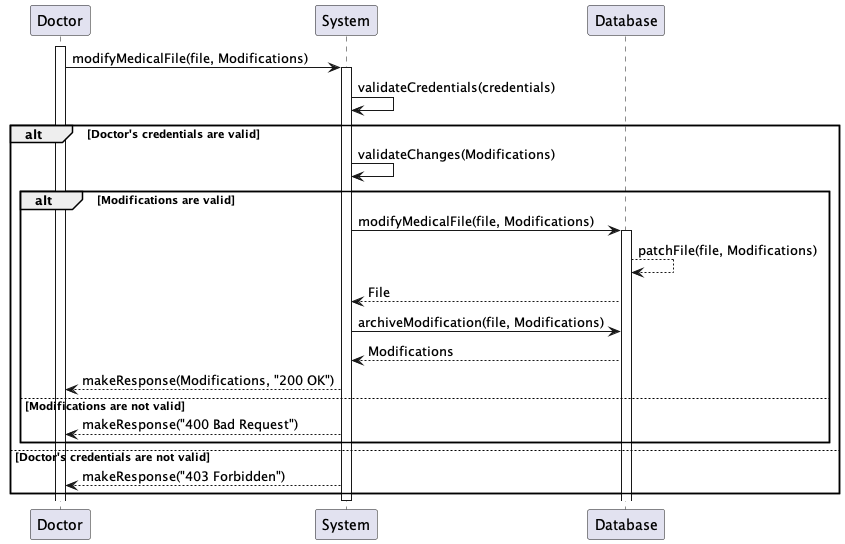
KevenJAntenor/Quebec-Centralized-Medical-Record-System keeps this PlantUML diagram as plantUml/sequence-modify.png. Above is the earlier version. Its diagram source:
```plantuml
@startuml

participant "Doctor" as Doctor
participant "System" as System
participant "Database" as Database

activate Doctor
Doctor -> System: modifyMedicalFile(file, Modifications)
activate System
System -> System: validateCredentials(credentials)
alt Doctor's credentials are valid
    System -> System: validateChanges(Modifications)
    alt Modifications are valid
        System -> Database: modifyMedicalFile(file, Modifications)
        activate Database
        Database --> Database: patchFile(file, Modifications)
        Database --> System: File
        System -> Database: archiveModification(file, Modifications)
        Database --> System: Modifications
        System --> Doctor: makeResponse(Modifications, "200 OK")
    else Modifications are not valid
        System --> Doctor: makeResponse("400 Bad Request")
    end
else Doctor's credentials are not valid
    System --> Doctor: makeResponse("403 Forbidden")
end
deactivate System

@enduml
```
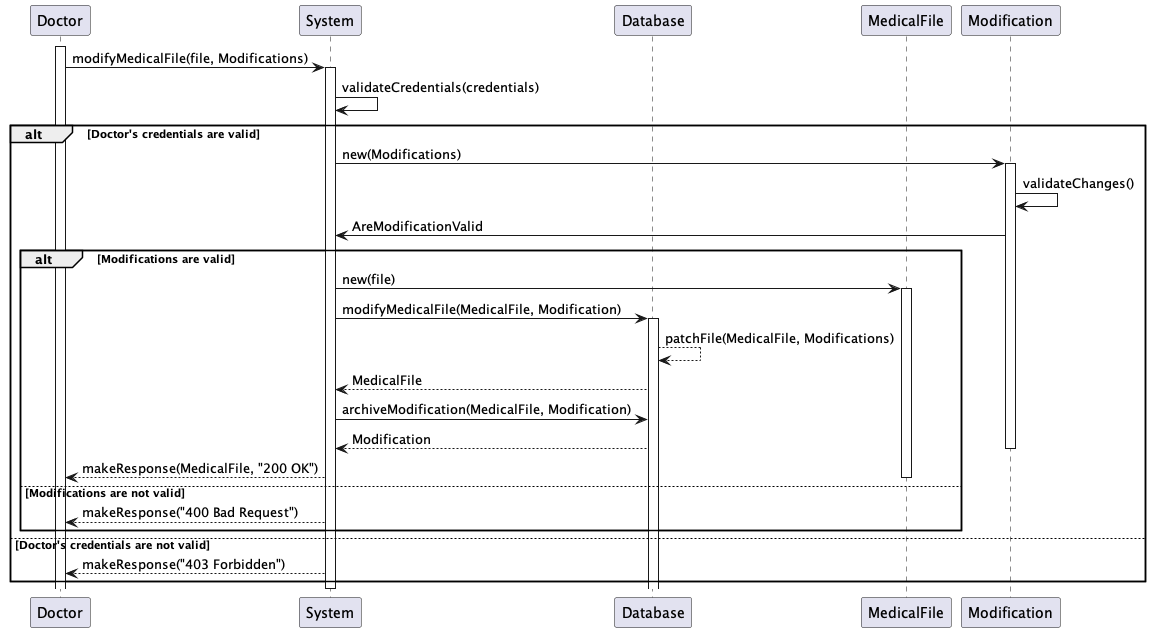
The same file after the commit.

Diff of the diagram source:
```diff
@@ -3,21 +3,29 @@
 participant "Doctor" as Doctor
 participant "System" as System
 participant "Database" as Database
+participant "MedicalFile" as MedFile
 
 activate Doctor
 Doctor -> System: modifyMedicalFile(file, Modifications)
 activate System
 System -> System: validateCredentials(credentials)
 alt Doctor's credentials are valid
-    System -> System: validateChanges(Modifications)
+    System -> Modification: new(Modifications)
+    activate Modification
+    Modification -> Modification: validateChanges()
+    Modification -> System: AreModificationValid
     alt Modifications are valid
-        System -> Database: modifyMedicalFile(file, Modifications)
+        System -> MedFile: new(file)
+        activate MedFile
+        System -> Database: modifyMedicalFile(MedicalFile, Modification)
         activate Database
-        Database --> Database: patchFile(file, Modifications)
-        Database --> System: File
-        System -> Database: archiveModification(file, Modifications)
-        Database --> System: Modifications
-        System --> Doctor: makeResponse(Modifications, "200 OK")
+        Database --> Database: patchFile(MedicalFile, Modifications)
+        Database --> System: MedicalFile
+        System -> Database: archiveModification(MedicalFile, Modification)
+        Database --> System: Modification
+        deactivate Modification
+        System --> Doctor: makeResponse(MedicalFile, "200 OK")
+        deactivate MedFile
     else Modifications are not valid
         System --> Doctor: makeResponse("400 Bad Request")
     end
```
